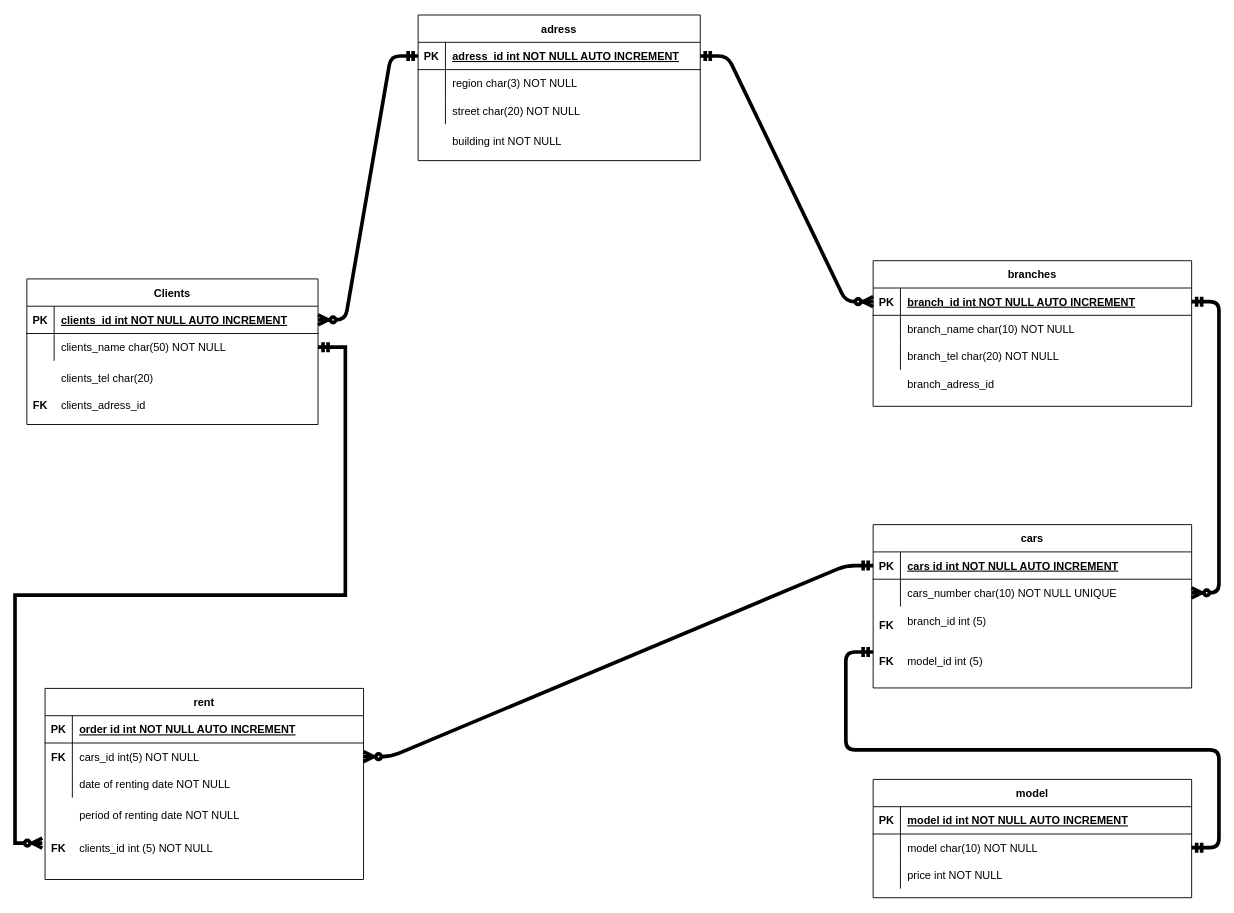
Earlier version of the draw.io diagram DB/proj.drawio (ho1331/python-education). Source tidied: cells renumbered, new cells numbered last; positions are measured from the earlier drawing's top-left corner, leaving out a move shared by most shapes. Both pictures are drawn from the tidied source at 91%, with x=0, y=0 at pixel (26, 15).
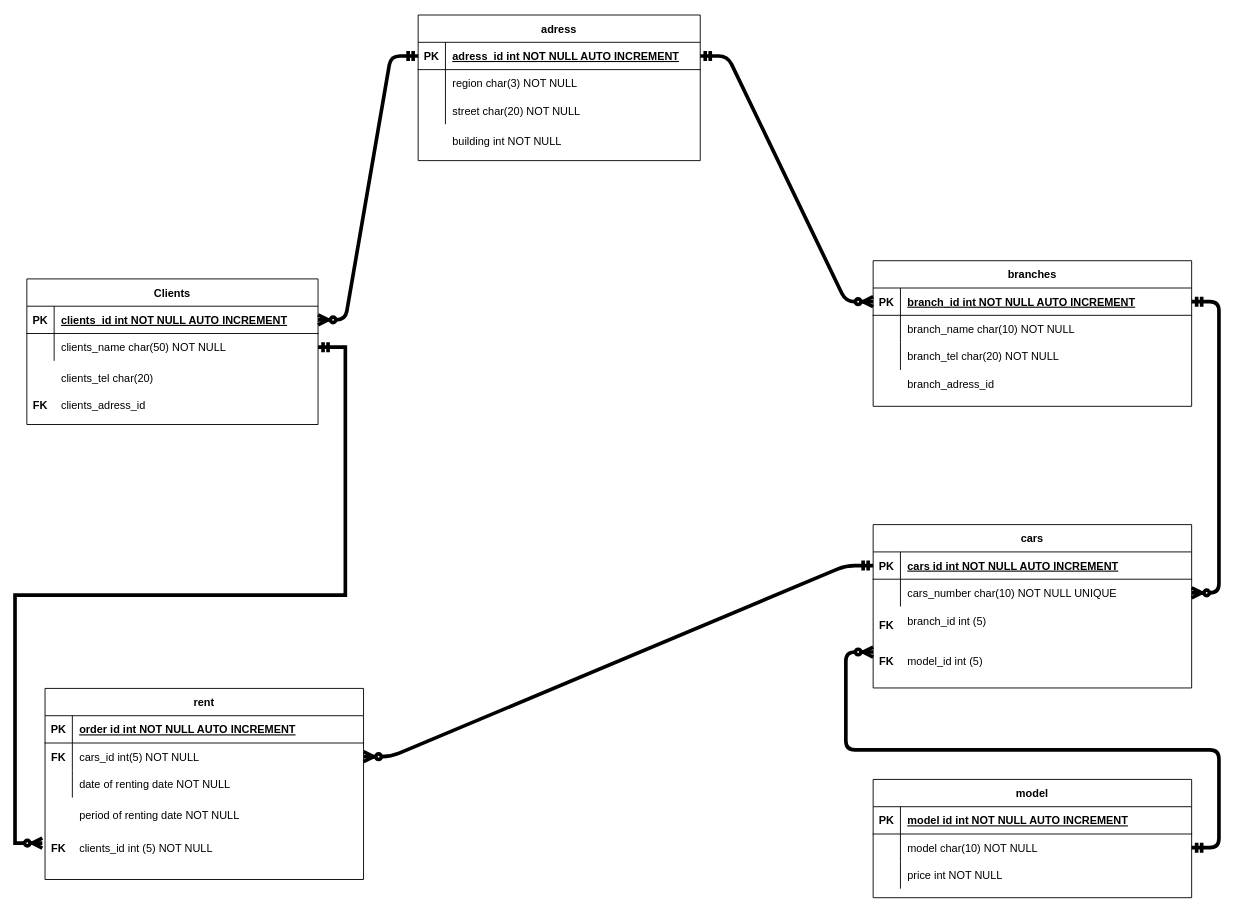
The same page after the edit.

The change refers to these unchanged cells:
```xml
<mxCell id="31" style="shape=partialRectangle;fillColor=none;points=[[0,0.5],[1,0.5]];portConstraint=eastwest;top=0;left=0;right=0;bottom=0;" parent="27" vertex="1">
  <mxGeometry y="60" width="350" height="30" as="geometry" />
</mxCell>
```

Change to the diagram source:
```diff
@@
-    <mxCell id="81" style="edgeStyle=entityRelationEdgeStyle;fontSize=12;html=1;endArrow=ERmandOne;startArrow=ERmandOne;strokeWidth=4;exitX=1;exitY=0.5;exitDx=0;exitDy=0;startFill=0;endFill=0;" parent="1" edge="1" source="31">
+    <mxCell id="81" style="edgeStyle=entityRelationEdgeStyle;fontSize=12;html=1;endArrow=ERzeroToMany;startArrow=ERmandOne;strokeWidth=4;exitX=1;exitY=0.5;exitDx=0;exitDy=0;startFill=0;endFill=1;" parent="1" edge="1" source="31">
       <mxGeometry relative="1" as="geometry">
         <mxPoint x="930" y="700" as="targetPoint" />
       </mxGeometry>
     </mxCell>
```
